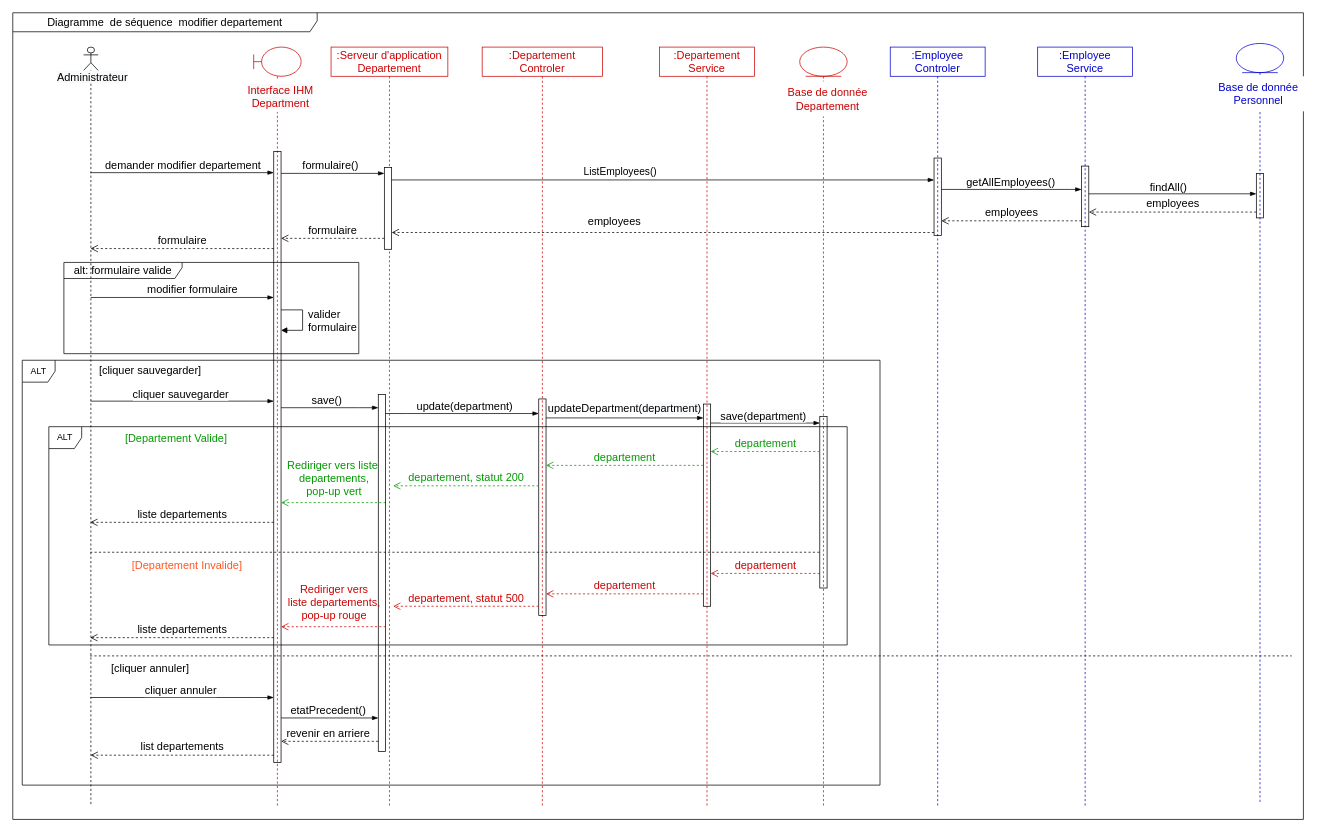
Before: Department/UpdateDepartmentDiagrammeSequence.drawio in ZidiMedAmine/UML, a draw.io diagram. Source tidied: cells renumbered, new cells numbered last; positions are measured from the earlier drawing's top-left corner, leaving out a move shared by most shapes. Both pictures are drawn from the tidied source at 73%, with x=0, y=0 at pixel (12, 12).
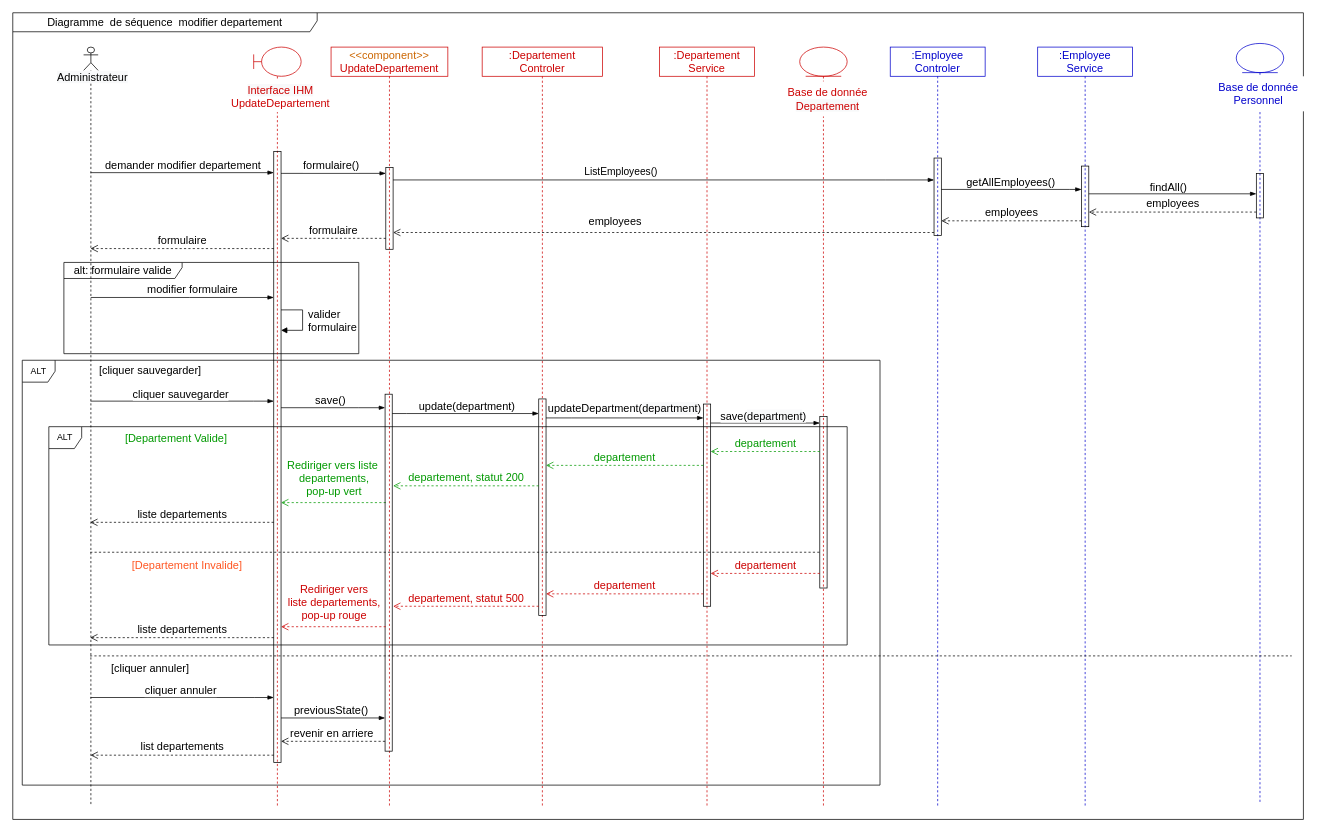
Above is the later version.

Commit message:
Mettre à jour UpdateDepartmentDiagrammeSequence.drawio

The change refers to these unchanged cells:
```xml
<mxCell id="14" style="shape=umlLifeline;participant=umlBoundary;perimeter=lifelinePerimeter;whiteSpace=wrap;html=1;verticalAlign=top;spacingTop=36;rounded=0;shadow=0;glass=0;sketch=0;fontSize=15;fillColor=none;fontColor=#CC6600;strokeColor=#CC0000;" parent="1" vertex="1">
  <mxGeometry x="330" y="47" width="65" height="1040" as="geometry" />
</mxCell>
<mxCell id="41" style="group;" parent="1" vertex="1">
  <mxGeometry x="24" y="363" width="1755" height="745" as="geometry" />
</mxCell>
<mxCell id="75" style="edgeStyle=elbowEdgeStyle;fontSize=12;html=1;endArrow=blockThin;endFill=1;rounded=0;fontColor=#000000;" parent="1" edge="1" source="16" target="45">
  <mxGeometry relative="1" as="geometry">
    <Array as="points">
      <mxPoint x="432" y="966" />
    </Array>
  </mxGeometry>
</mxCell>
```

The edit, as a diff of the source:
```diff
@@
-    <mxCell id="15" value="&lt;span style=&quot;font-family: Helvetica; font-size: 15px; font-style: normal; font-variant-ligatures: normal; font-variant-caps: normal; font-weight: 400; letter-spacing: normal; orphans: 2; text-indent: 0px; text-transform: none; widows: 2; word-spacing: 0px; -webkit-text-stroke-width: 0px; background-color: rgb(248, 249, 250); text-decoration-thickness: initial; text-decoration-style: initial; text-decoration-color: initial; float: none; display: inline !important;&quot;&gt;Interface IHM&lt;/span&gt;&lt;br style=&quot;font-family: Helvetica; font-size: 15px; font-style: normal; font-variant-ligatures: normal; font-variant-caps: normal; font-weight: 400; letter-spacing: normal; orphans: 2; text-indent: 0px; text-transform: none; widows: 2; word-spacing: 0px; -webkit-text-stroke-width: 0px; background-color: rgb(248, 249, 250); text-decoration-thickness: initial; text-decoration-style: initial; text-decoration-color: initial;&quot;&gt;&lt;span style=&quot;font-family: Helvetica; font-size: 15px; font-style: normal; font-variant-ligatures: normal; font-variant-caps: normal; font-weight: 400; letter-spacing: normal; orphans: 2; text-indent: 0px; text-transform: none; widows: 2; word-spacing: 0px; -webkit-text-stroke-width: 0px; background-color: rgb(248, 249, 250); text-decoration-thickness: initial; text-decoration-style: initial; text-decoration-color: initial; float: none; display: inline !important;&quot;&gt;Department&lt;/span&gt;" style="text;whiteSpace=wrap;html=1;fontSize=15;align=center;fillColor=default;fontColor=#CC0000;" parent="14" vertex="1">
+    <mxCell id="15" value="&lt;span style=&quot;font-family: Helvetica; font-size: 15px; font-style: normal; font-variant-ligatures: normal; font-variant-caps: normal; font-weight: 400; letter-spacing: normal; orphans: 2; text-indent: 0px; text-transform: none; widows: 2; word-spacing: 0px; -webkit-text-stroke-width: 0px; background-color: rgb(248, 249, 250); text-decoration-thickness: initial; text-decoration-style: initial; text-decoration-color: initial; float: none; display: inline !important;&quot;&gt;Interface IHM&lt;/span&gt;&lt;br style=&quot;font-family: Helvetica; font-size: 15px; font-style: normal; font-variant-ligatures: normal; font-variant-caps: normal; font-weight: 400; letter-spacing: normal; orphans: 2; text-indent: 0px; text-transform: none; widows: 2; word-spacing: 0px; -webkit-text-stroke-width: 0px; background-color: rgb(248, 249, 250); text-decoration-thickness: initial; text-decoration-style: initial; text-decoration-color: initial;&quot;&gt;UpdateDepartement" style="text;whiteSpace=wrap;html=1;fontSize=15;align=center;fillColor=default;fontColor=#CC0000;" parent="14" vertex="1">
       <mxGeometry x="-24" y="44" width="122" height="45" as="geometry" />
     </mxCell>
@@
-    <mxCell id="26" value=":Serveur d'application&lt;br&gt;Departement" style="shape=umlLifeline;perimeter=lifelinePerimeter;whiteSpace=wrap;html=1;rounded=0;shadow=0;glass=0;sketch=0;fillColor=none;fontSize=15;fontColor=#CC0000;strokeColor=#CC0000;" parent="1" vertex="1">
+    <mxCell id="26" value="&lt;span style=&quot;color: rgb(204, 102, 0);&quot;&gt;&amp;lt;&amp;lt;component&amp;gt;&amp;gt;&lt;/span&gt;&lt;br style=&quot;color: rgb(204, 102, 0);&quot;&gt;UpdateDepartement" style="shape=umlLifeline;perimeter=lifelinePerimeter;whiteSpace=wrap;html=1;rounded=0;shadow=0;glass=0;sketch=0;fillColor=none;fontSize=15;fontColor=#CC0000;strokeColor=#CC0000;" parent="1" vertex="1">
       <mxGeometry x="436" y="47" width="160" height="1040" as="geometry" />
     </mxCell>
-    <mxCell id="27" style="html=1;points=[];perimeter=orthogonalPerimeter;" parent="26" vertex="1">
-      <mxGeometry x="73" y="165" width="10" height="112" as="geometry" />
+    <mxCell id="27" style="html=1;points=[];perimeter=orthogonalPerimeter;fontSize=15;fillColor=none;rounded=0;shadow=0;glass=0;sketch=0;" parent="26" vertex="1">
+      <mxGeometry x="75" y="165" width="10" height="112" as="geometry" />
     </mxCell>
@@
     <mxCell id="45" style="html=1;points=[];perimeter=orthogonalPerimeter;rounded=0;shadow=0;glass=0;sketch=0;fontSize=15;fillColor=none;" parent="41" vertex="1">
-      <mxGeometry x="476.7" y="160" width="9.8" height="489" as="geometry" />
+      <mxGeometry x="486" y="159.5" width="9.8" height="489" as="geometry" />
     </mxCell>
@@
-    <mxCell id="76" value="etatPrecedent()" style="edgeLabel;html=1;align=center;verticalAlign=middle;fontSize=15;fontColor=#000000;" parent="75" vertex="1">
+    <mxCell id="76" value="previousState()" style="edgeLabel;html=1;align=center;verticalAlign=middle;fontSize=15;fontColor=#000000;" parent="75" vertex="1">
       <mxGeometry x="-0.29" y="-1" relative="1" as="geometry">
         <mxPoint x="17" y="-13" as="offset" />
       </mxGeometry>
     </mxCell>
```
